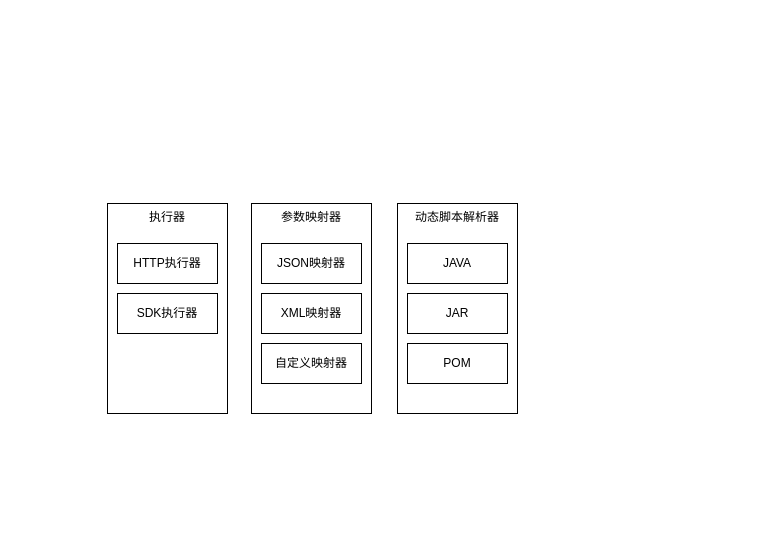
The draw.io diagram 系统逻辑架构图.drawio in smileLuckBoy/drowio, before the edit. Source tidied: cells renumbered, new cells numbered last; positions are measured from the earlier drawing's top-left corner, leaving out a move shared by most shapes. Both pictures are drawn from the tidied source at 100%, with x=0, y=0 at pixel (107, 203).
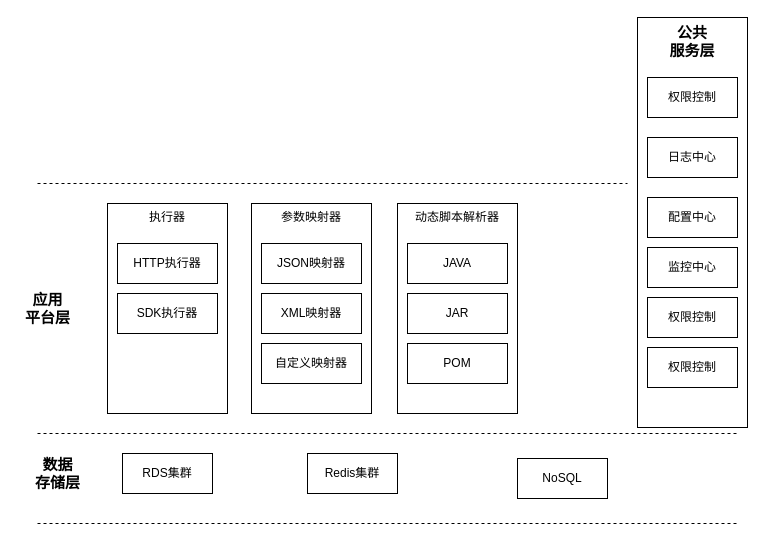
The same diagram, later.

Commit message:
Update 系统逻辑架构图.drawio

Change to the diagram source:
```diff
@@
+    <mxCell id="13" style="endArrow=none;dashed=1;html=1;" parent="1" edge="1">
+      <mxGeometry relative="1" as="geometry">
+        <mxPoint x="-70" y="-20" as="sourcePoint" />
+        <mxPoint x="520" y="-20" as="targetPoint" />
+      </mxGeometry>
+    </mxCell>
+    <mxCell id="14" style="endArrow=none;dashed=1;html=1;" parent="1" edge="1">
+      <mxGeometry relative="1" as="geometry">
+        <mxPoint x="-70" y="230" as="sourcePoint" />
+        <mxPoint x="630" y="230" as="targetPoint" />
+      </mxGeometry>
+    </mxCell>
+    <mxCell id="15" style="endArrow=none;dashed=1;html=1;" parent="1" edge="1">
+      <mxGeometry relative="1" as="geometry">
+        <mxPoint x="-70" y="320" as="sourcePoint" />
+        <mxPoint x="630" y="320" as="targetPoint" />
+      </mxGeometry>
+    </mxCell>
+    <mxCell id="16" value="数据&lt;br style=&quot;font-size: 15px;&quot;&gt;存储层" style="text;html=1;align=center;verticalAlign=middle;fontSize=15;fontStyle=1;" parent="1" vertex="1">
+      <mxGeometry x="-80" y="250" width="60" height="40" as="geometry" />
+    </mxCell>
+    <mxCell id="17" value="应用&lt;br&gt;平台层" style="text;html=1;align=center;verticalAlign=middle;fontSize=15;fontStyle=1;" parent="1" vertex="1">
+      <mxGeometry x="-90" y="85" width="60" height="40" as="geometry" />
+    </mxCell>
+    <mxCell id="18" value="公共&lt;br style=&quot;font-size: 15px;&quot;&gt;服务层" style="rounded=0;whiteSpace=wrap;html=1;fontSize=15;verticalAlign=top;fontStyle=1;" parent="1" vertex="1">
+      <mxGeometry x="530" y="-186" width="110" height="410" as="geometry" />
+    </mxCell>
+    <mxCell id="19" value="权限控制" style="rounded=0;whiteSpace=wrap;html=1;fontSize=12;" parent="1" vertex="1">
+      <mxGeometry x="540" y="-126" width="90" height="40" as="geometry" />
+    </mxCell>
+    <mxCell id="20" value="日志中心" style="rounded=0;whiteSpace=wrap;html=1;fontSize=12;" parent="1" vertex="1">
+      <mxGeometry x="540" y="-66" width="90" height="40" as="geometry" />
+    </mxCell>
+    <mxCell id="21" value="配置中心" style="rounded=0;whiteSpace=wrap;html=1;fontSize=12;" parent="1" vertex="1">
+      <mxGeometry x="540" y="-6" width="90" height="40" as="geometry" />
+    </mxCell>
+    <mxCell id="22" value="监控中心" style="rounded=0;whiteSpace=wrap;html=1;fontSize=12;" parent="1" vertex="1">
+      <mxGeometry x="540" y="44" width="90" height="40" as="geometry" />
+    </mxCell>
+    <mxCell id="23" value="权限控制" style="rounded=0;whiteSpace=wrap;html=1;fontSize=12;" parent="1" vertex="1">
+      <mxGeometry x="540" y="94" width="90" height="40" as="geometry" />
+    </mxCell>
+    <mxCell id="24" value="权限控制" style="rounded=0;whiteSpace=wrap;html=1;fontSize=12;" parent="1" vertex="1">
+      <mxGeometry x="540" y="144" width="90" height="40" as="geometry" />
+    </mxCell>
+    <mxCell id="25" value="RDS集群" style="rounded=0;whiteSpace=wrap;html=1;fontSize=12;" parent="1" vertex="1">
+      <mxGeometry x="15" y="250" width="90" height="40" as="geometry" />
+    </mxCell>
+    <mxCell id="26" value="Redis集群" style="rounded=0;whiteSpace=wrap;html=1;fontSize=12;" parent="1" vertex="1">
+      <mxGeometry x="200" y="250" width="90" height="40" as="geometry" />
+    </mxCell>
+    <mxCell id="27" value="NoSQL" style="rounded=0;whiteSpace=wrap;html=1;fontSize=12;" parent="1" vertex="1">
+      <mxGeometry x="410" y="255" width="90" height="40" as="geometry" />
+    </mxCell>
```
